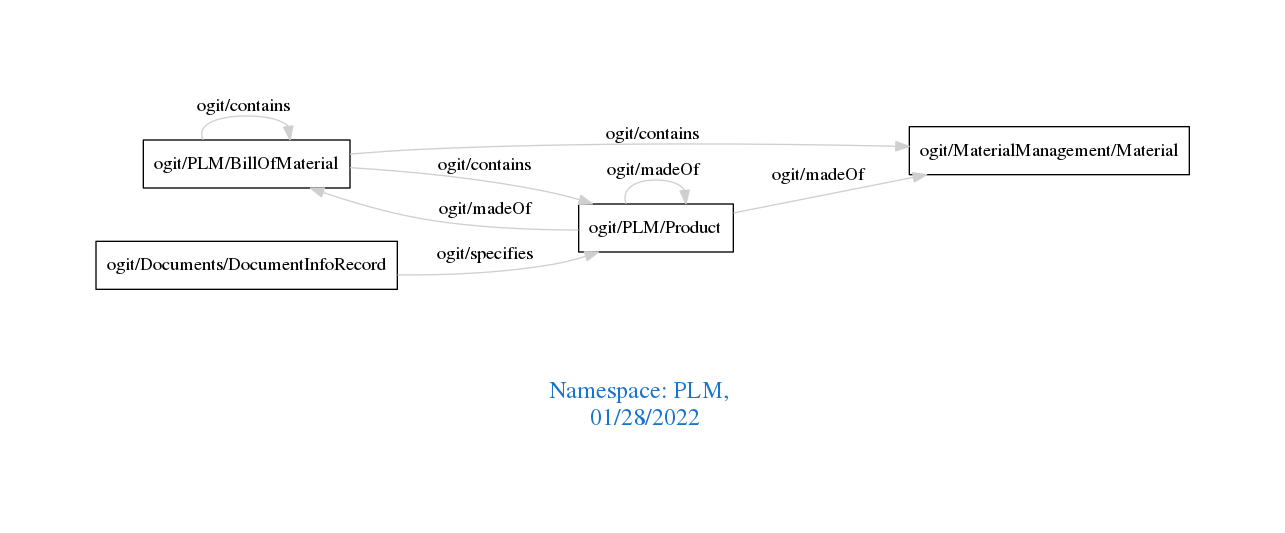
arago/OGIT keeps this Graphviz diagram as downloads/PLM.png. Above is the earlier version. Its source is kept beside it as downloads/PLM.dot.
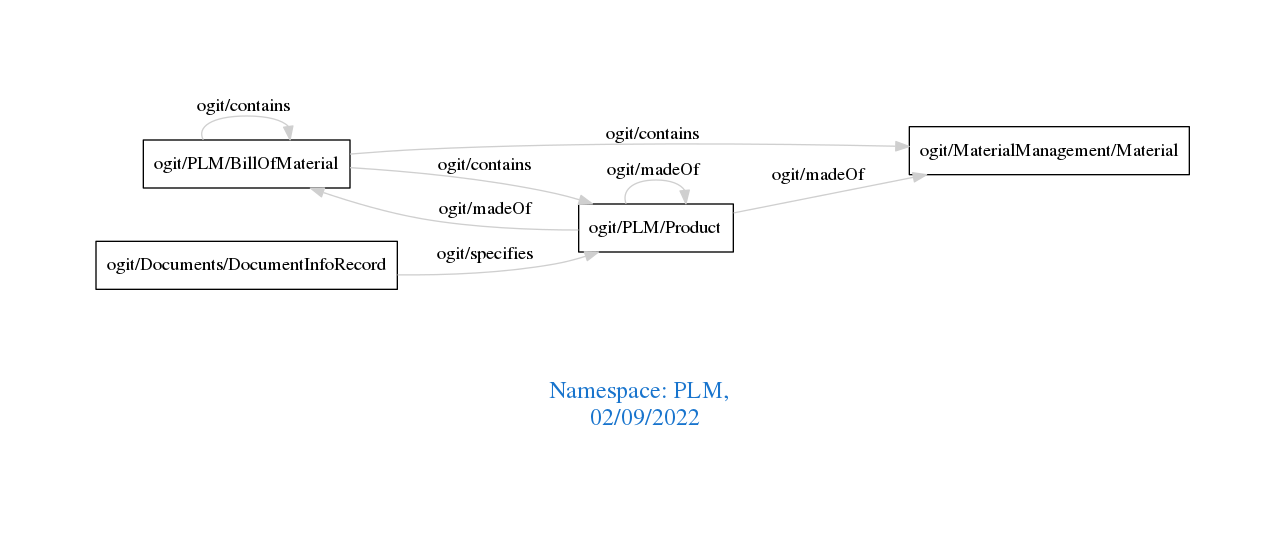
After the commit.

What changed in the source:
```diff
@@ -1,7 +1,7 @@
 digraph OGIT_ontology {
  graph [ rankdir= LR,pad=1
 fontsize = 18,
-fontcolor= dodgerblue3,label = "\n\n\nNamespace: PLM, \n 01/28/2022"];
+fontcolor= dodgerblue3,label = "\n\n\nNamespace: PLM, \n 02/09/2022"];
 node[shape=polygon];
 edge [  color="gray81"];
 
```
